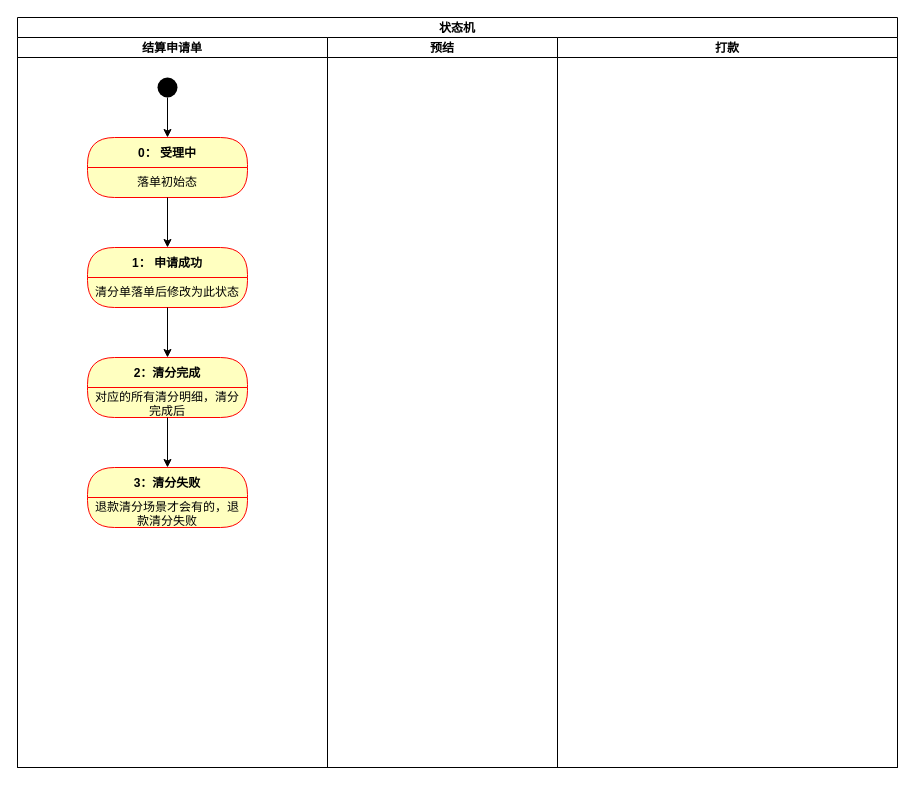
DominicElvira/Diagrams keeps this draw.io diagram as merchant-settle/状态机.drawio. Above is the earlier version. Source tidied: cells renumbered, new cells numbered last; positions are measured from the earlier drawing's top-left corner, leaving out a move shared by most shapes. Both pictures are drawn from the tidied source at 100%, with x=0, y=0 at pixel (17, 17).
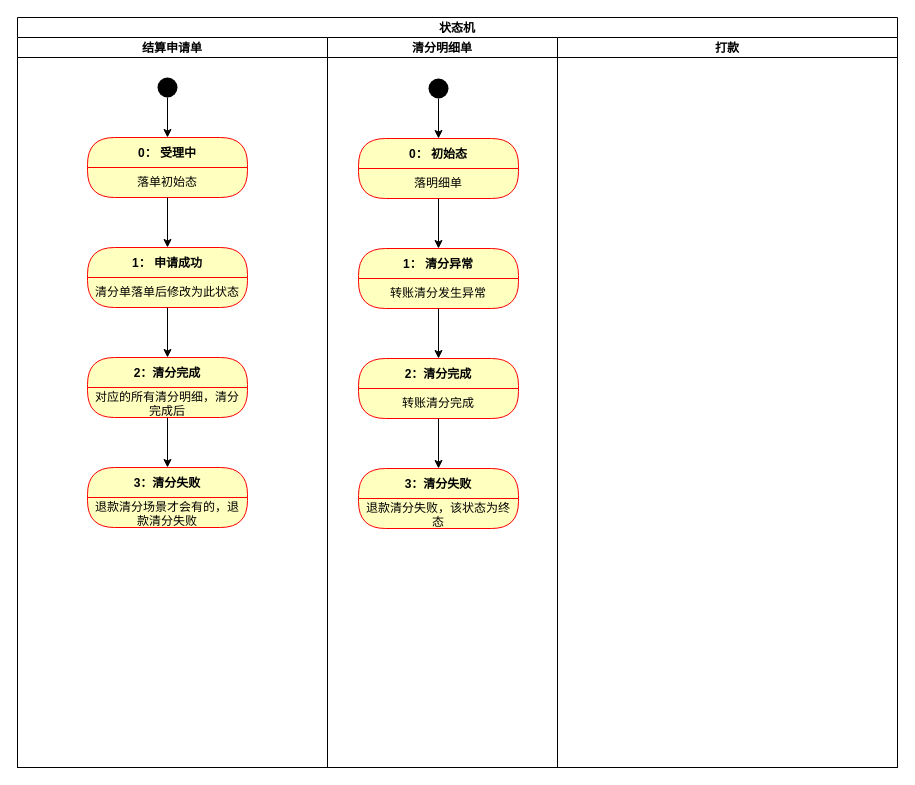
The same diagram, later.

The change refers to these unchanged cells:
```xml
<mxCell id="2" value="状态机" style="swimlane;startSize=20;" parent="1" vertex="1">
  <mxGeometry width="880" height="750" as="geometry" />
</mxCell>
```

Diff of the diagram source:
```diff
@@
-    <mxCell id="13" value="预结" style="swimlane;startSize=20;" parent="2" vertex="1">
+    <mxCell id="13" value="清分明细单" style="swimlane;startSize=20;" parent="2" vertex="1">
       <mxGeometry x="310" y="20" width="230" height="730" as="geometry" />
     </mxCell>
@@
+    <mxCell id="19" style="edgeStyle=orthogonalEdgeStyle;rounded=0;jettySize=auto;html=1;exitX=0.5;exitY=1;exitDx=0;exitDy=0;entryX=0.5;entryY=0;entryDx=0;entryDy=0;" parent="1" edge="1" source="20" target="21">
+      <mxGeometry relative="1" as="geometry" />
+    </mxCell>
+    <mxCell id="20" style="ellipse;fillColor=#000000;strokeColor=none;" parent="1" vertex="1">
+      <mxGeometry x="411" y="61" width="20" height="20" as="geometry" />
+    </mxCell>
+    <mxCell id="21" value="0： 初始态" style="swimlane;fontStyle=1;align=center;verticalAlign=middle;horizontal=1;startSize=30;fontColor=#000000;rounded=1;arcSize=30;strokeColor=#ff0000;fillColor=#ffffc0;swimlaneFillColor=#ffffc0;" parent="1" vertex="1">
+      <mxGeometry x="341" y="121" width="160" height="60" as="geometry" />
+    </mxCell>
+    <mxCell id="22" value="落明细单" style="text;html=1;strokeColor=none;fillColor=none;align=center;verticalAlign=middle;spacingLeft=4;spacingRight=4;whiteSpace=wrap;overflow=hidden;fontColor=#000000;" parent="21" vertex="1">
+      <mxGeometry y="30" width="160" height="30" as="geometry" />
+    </mxCell>
+    <mxCell id="23" value="2：清分完成" style="swimlane;fontStyle=1;align=center;verticalAlign=middle;horizontal=1;startSize=30;fontColor=#000000;rounded=1;arcSize=30;strokeColor=#ff0000;fillColor=#ffffc0;swimlaneFillColor=#ffffc0;" parent="1" vertex="1">
+      <mxGeometry x="341" y="341" width="160" height="60" as="geometry" />
+    </mxCell>
+    <mxCell id="24" value="转账清分完成" style="text;html=1;strokeColor=none;fillColor=none;align=center;verticalAlign=middle;spacingLeft=4;spacingRight=4;whiteSpace=wrap;overflow=hidden;fontColor=#000000;" parent="23" vertex="1">
+      <mxGeometry y="30" width="160" height="30" as="geometry" />
+    </mxCell>
+    <mxCell id="25" value="3：清分失败" style="swimlane;fontStyle=1;align=center;verticalAlign=middle;horizontal=1;startSize=30;fontColor=#000000;rounded=1;arcSize=30;strokeColor=#ff0000;fillColor=#ffffc0;swimlaneFillColor=#ffffc0;" parent="1" vertex="1">
+      <mxGeometry x="341" y="451" width="160" height="60" as="geometry" />
+    </mxCell>
+    <mxCell id="26" value="退款清分失败，该状态为终态" style="text;html=1;strokeColor=none;fillColor=none;align=center;verticalAlign=middle;spacingLeft=4;spacingRight=4;whiteSpace=wrap;overflow=hidden;fontColor=#000000;" parent="25" vertex="1">
+      <mxGeometry y="30" width="160" height="30" as="geometry" />
+    </mxCell>
+    <mxCell id="27" style="edgeStyle=orthogonalEdgeStyle;rounded=0;jettySize=auto;html=1;exitX=0.5;exitY=1;exitDx=0;exitDy=0;entryX=0.5;entryY=0;entryDx=0;entryDy=0;" parent="1" edge="1" source="24" target="25">
+      <mxGeometry relative="1" as="geometry" />
+    </mxCell>
+    <mxCell id="28" value="1： 清分异常" style="swimlane;fontStyle=1;align=center;verticalAlign=middle;horizontal=1;startSize=30;fontColor=#000000;rounded=1;arcSize=30;strokeColor=#ff0000;fillColor=#ffffc0;swimlaneFillColor=#ffffc0;" parent="1" vertex="1">
+      <mxGeometry x="341" y="231" width="160" height="60" as="geometry" />
+    </mxCell>
+    <mxCell id="29" value="转账清分发生异常" style="text;html=1;strokeColor=none;fillColor=none;align=center;verticalAlign=middle;spacingLeft=4;spacingRight=4;whiteSpace=wrap;overflow=hidden;fontColor=#000000;" parent="28" vertex="1">
+      <mxGeometry y="30" width="160" height="30" as="geometry" />
+    </mxCell>
+    <mxCell id="30" style="edgeStyle=orthogonalEdgeStyle;rounded=0;jettySize=auto;html=1;exitX=0.5;exitY=1;exitDx=0;exitDy=0;entryX=0.5;entryY=0;entryDx=0;entryDy=0;" parent="1" edge="1" source="22" target="28">
+      <mxGeometry relative="1" as="geometry" />
+    </mxCell>
+    <mxCell id="31" style="edgeStyle=orthogonalEdgeStyle;rounded=0;jettySize=auto;html=1;exitX=0.5;exitY=1;exitDx=0;exitDy=0;entryX=0.5;entryY=0;entryDx=0;entryDy=0;" parent="1" edge="1" source="29" target="23">
+      <mxGeometry relative="1" as="geometry" />
+    </mxCell>
```
